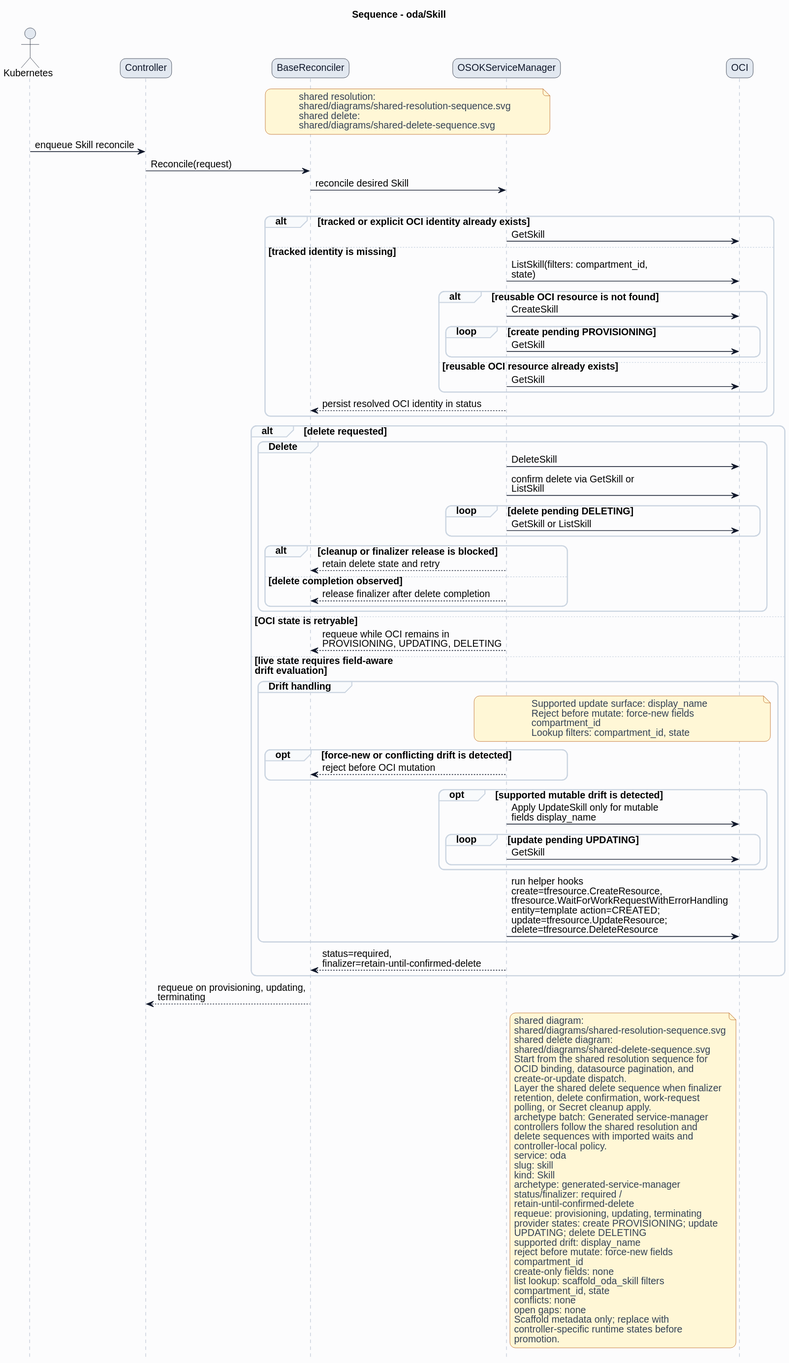
The PlantUML diagram formal/controllers/oda/skill/diagrams/sequence.svg in HaoyL666/oci-service-operator, before a commit. The source it was exported from:
```plantuml
@startuml
skinparam shadowing false
skinparam backgroundColor #fcfcfd
skinparam defaultFontName Helvetica
skinparam defaultFontSize 14
skinparam arrowColor #0f172a
skinparam noteBackgroundColor #fff7d6
skinparam noteBorderColor #b45309
skinparam noteFontColor #334155
skinparam roundcorner 16
title Sequence - oda/Skill
hide footbox
skinparam sequence {
  actorBorderColor #0f172a
  actorBackgroundColor #e2e8f0
  participantBorderColor #0f172a
  participantBackgroundColor #e2e8f0
  participantFontColor #0f172a
  lifeLineBorderColor #94a3b8
  groupBorderColor #cbd5e1
  groupBackgroundColor #f8fafc
}
actor Kubernetes
participant Controller
participant BaseReconciler
participant "OSOKServiceManager" as ServiceManager
participant OCI
note over BaseReconciler,ServiceManager
shared resolution:
shared/diagrams/shared-resolution-sequence.svg
shared delete:
shared/diagrams/shared-delete-sequence.svg
end note
Kubernetes -> Controller: enqueue Skill reconcile
Controller -> BaseReconciler: Reconcile(request)
BaseReconciler -> ServiceManager: reconcile desired Skill
group Lookup and bind
alt tracked or explicit OCI identity already exists
ServiceManager -> OCI: GetSkill
else tracked identity is missing
ServiceManager -> OCI: ListSkill(filters: compartment_id,\nstate)
alt reusable OCI resource is not found
ServiceManager -> OCI: CreateSkill
loop create pending PROVISIONING
ServiceManager -> OCI: GetSkill
end
else reusable OCI resource already exists
ServiceManager -> OCI: GetSkill
end
ServiceManager --> BaseReconciler: persist resolved OCI identity in status
end
alt delete requested
group Delete
ServiceManager -> OCI: DeleteSkill
ServiceManager -> OCI: confirm delete via GetSkill or\nListSkill
loop delete pending DELETING
ServiceManager -> OCI: GetSkill or ListSkill
end
alt cleanup or finalizer release is blocked
ServiceManager --> BaseReconciler: retain delete state and retry
else delete completion observed
ServiceManager --> BaseReconciler: release finalizer after delete completion
end
end
else OCI state is retryable
ServiceManager --> BaseReconciler: requeue while OCI remains in\nPROVISIONING, UPDATING, DELETING
else live state requires field-aware\ndrift evaluation
group Drift handling
note over ServiceManager,OCI
Supported update surface: display_name
Reject before mutate: force-new fields
compartment_id
Lookup filters: compartment_id, state
end note
opt force-new or conflicting drift is detected
ServiceManager --> BaseReconciler: reject before OCI mutation
end
opt supported mutable drift is detected
ServiceManager -> OCI: Apply UpdateSkill only for mutable\nfields display_name
loop update pending UPDATING
ServiceManager -> OCI: GetSkill
end
end
ServiceManager -> OCI: run helper hooks\ncreate=tfresource.CreateResource,\ntfresource.WaitForWorkRequestWithErrorHandling\nentity=template action=CREATED;\nupdate=tfresource.UpdateResource;\ndelete=tfresource.DeleteResource
end
ServiceManager --> BaseReconciler: status=required,\nfinalizer=retain-until-confirmed-delete
end
BaseReconciler --> Controller: requeue on provisioning, updating,\nterminating
note right of ServiceManager
shared diagram:
shared/diagrams/shared-resolution-sequence.svg
shared delete diagram:
shared/diagrams/shared-delete-sequence.svg
Start from the shared resolution sequence for
OCID binding, datasource pagination, and
create-or-update dispatch.
Layer the shared delete sequence when finalizer
retention, delete confirmation, work-request
polling, or Secret cleanup apply.
archetype batch: Generated service-manager
controllers follow the shared resolution and
delete sequences with imported waits and
controller-local policy.
service: oda
slug: skill
kind: Skill
archetype: generated-service-manager
status/finalizer: required /
retain-until-confirmed-delete
requeue: provisioning, updating, terminating
provider states: create PROVISIONING; update
UPDATING; delete DELETING
supported drift: display_name
reject before mutate: force-new fields
compartment_id
create-only fields: none
list lookup: scaffold_oda_skill filters
compartment_id, state
conflicts: none
open gaps: none
Scaffold metadata only; replace with
controller-specific runtime states before
promotion.
end note
@enduml
```
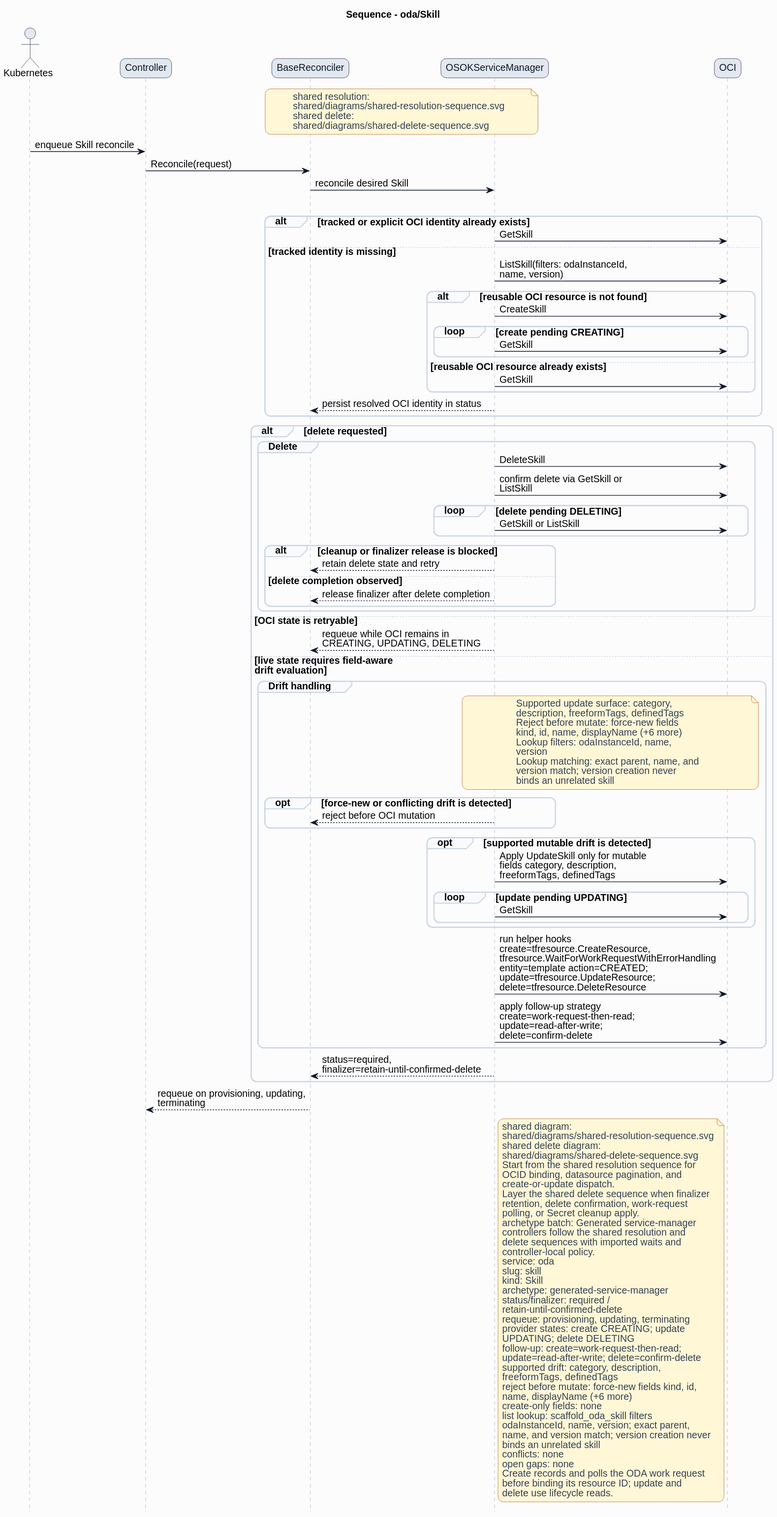
After the change.

Diff of the diagram source:
```diff
@@ -38,10 +38,10 @@
 alt tracked or explicit OCI identity already exists
 ServiceManager -> OCI: GetSkill
 else tracked identity is missing
-ServiceManager -> OCI: ListSkill(filters: compartment_id,\nstate)
+ServiceManager -> OCI: ListSkill(filters: odaInstanceId,\nname, version)
 alt reusable OCI resource is not found
 ServiceManager -> OCI: CreateSkill
-loop create pending PROVISIONING
+loop create pending CREATING
 ServiceManager -> OCI: GetSkill
 end
 else reusable OCI resource already exists
@@ -63,25 +63,31 @@
 end
 end
 else OCI state is retryable
-ServiceManager --> BaseReconciler: requeue while OCI remains in\nPROVISIONING, UPDATING, DELETING
+ServiceManager --> BaseReconciler: requeue while OCI remains in\nCREATING, UPDATING, DELETING
 else live state requires field-aware\ndrift evaluation
 group Drift handling
 note over ServiceManager,OCI
-Supported update surface: display_name
+Supported update surface: category,
+description, freeformTags, definedTags
 Reject before mutate: force-new fields
-compartment_id
-Lookup filters: compartment_id, state
+kind, id, name, displayName (+6 more)
+Lookup filters: odaInstanceId, name,
+version
+Lookup matching: exact parent, name, and
+version match; version creation never
+binds an unrelated skill
 end note
 opt force-new or conflicting drift is detected
 ServiceManager --> BaseReconciler: reject before OCI mutation
 end
 opt supported mutable drift is detected
-ServiceManager -> OCI: Apply UpdateSkill only for mutable\nfields display_name
+ServiceManager -> OCI: Apply UpdateSkill only for mutable\nfields category, description,\nfreeformTags, definedTags
 loop update pending UPDATING
 ServiceManager -> OCI: GetSkill
 end
 end
 ServiceManager -> OCI: run helper hooks\ncreate=tfresource.CreateResource,\ntfresource.WaitForWorkRequestWithErrorHandling\nentity=template action=CREATED;\nupdate=tfresource.UpdateResource;\ndelete=tfresource.DeleteResource
+ServiceManager -> OCI: apply follow-up strategy\ncreate=work-request-then-read;\nupdate=read-after-write;\ndelete=confirm-delete
 end
 ServiceManager --> BaseReconciler: status=required,\nfinalizer=retain-until-confirmed-delete
 end
@@ -108,18 +114,23 @@
 status/finalizer: required /
 retain-until-confirmed-delete
 requeue: provisioning, updating, terminating
-provider states: create PROVISIONING; update
+provider states: create CREATING; update
 UPDATING; delete DELETING
-supported drift: display_name
-reject before mutate: force-new fields
-compartment_id
+follow-up: create=work-request-then-read;
+update=read-after-write; delete=confirm-delete
+supported drift: category, description,
+freeformTags, definedTags
+reject before mutate: force-new fields kind, id,
+name, displayName (+6 more)
 create-only fields: none
 list lookup: scaffold_oda_skill filters
-compartment_id, state
+odaInstanceId, name, version; exact parent,
+name, and version match; version creation never
+binds an unrelated skill
 conflicts: none
 open gaps: none
-Scaffold metadata only; replace with
-controller-specific runtime states before
-promotion.
+Create records and polls the ODA work request
+before binding its resource ID; update and
+delete use lifecycle reads.
 end note
 @enduml
```
